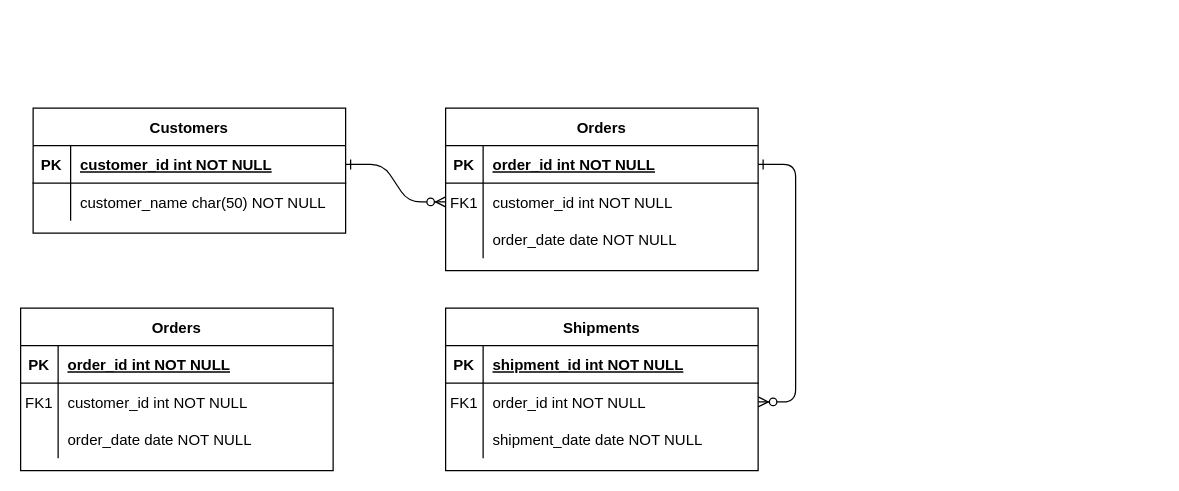
The draw.io diagram ERD.drawio in theboxx/haha, before the edit. Source tidied: cells renumbered, new cells numbered last; positions are measured from the earlier drawing's top-left corner, leaving out a move shared by most shapes. Both pictures are drawn from the tidied source at 125%, with x=0, y=0 at pixel (20, 108).
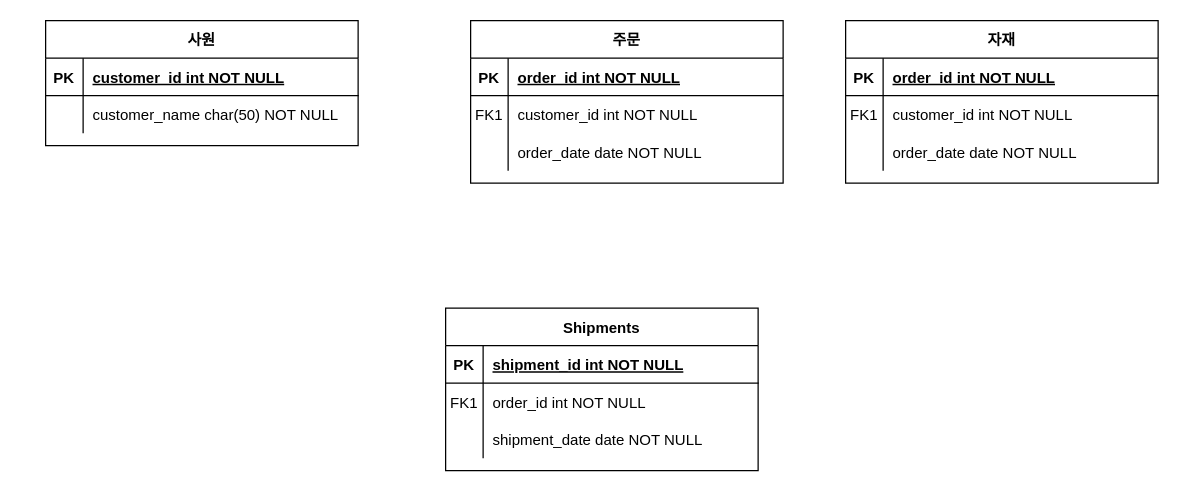
After the change.

Unchanged cells that the change refers to:
```xml
<mxCell id="5" style="shape=partialRectangle;fillColor=none;points=[[0,0.5],[1,0.5]];portConstraint=eastwest;top=0;left=0;right=0;bottom=1;" parent="4" vertex="1">
  <mxGeometry y="30" width="250" height="30" as="geometry" />
</mxCell>
<mxCell id="8" style="shape=partialRectangle;fillColor=none;points=[[0,0.5],[1,0.5]];portConstraint=eastwest;top=0;left=0;right=0;bottom=0;" parent="4" vertex="1">
  <mxGeometry y="60" width="250" height="30" as="geometry" />
</mxCell>
<mxCell id="18" style="shape=partialRectangle;fillColor=none;points=[[0,0.5],[1,0.5]];portConstraint=eastwest;top=0;left=0;right=0;bottom=0;" parent="14" vertex="1">
  <mxGeometry y="60" width="250" height="30" as="geometry" />
</mxCell>
<mxCell id="25" style="shape=partialRectangle;fillColor=none;points=[[0,0.5],[1,0.5]];portConstraint=eastwest;top=0;left=0;right=0;bottom=1;" parent="24" vertex="1">
  <mxGeometry y="30" width="250" height="30" as="geometry" />
</mxCell>
```

Diff of the diagram source:
```diff
@@
-    <mxCell id="2" style="edgeStyle=entityRelationEdgeStyle;endArrow=ERzeroToMany;startArrow=ERone;endFill=1;startFill=0;" parent="1" edge="1" source="25" target="8">
-      <mxGeometry relative="1" as="geometry" />
-    </mxCell>
-    <mxCell id="3" style="edgeStyle=entityRelationEdgeStyle;endArrow=ERzeroToMany;startArrow=ERone;endFill=1;startFill=0;" parent="1" edge="1" source="5" target="18">
-      <mxGeometry relative="1" as="geometry" />
-    </mxCell>
-    <mxCell id="4" value="Orders" style="shape=table;startSize=30;childLayout=tableLayout;rowLines=0;fontStyle=1;align=center;" parent="1" vertex="1">
-      <mxGeometry x="340" width="250" height="130" as="geometry" />
+    <mxCell id="4" value="주문" style="shape=table;startSize=30;childLayout=tableLayout;rowLines=0;fontStyle=1;align=center;" parent="1" vertex="1">
+      <mxGeometry x="360" y="-70" width="250" height="130" as="geometry" />
     </mxCell>
@@
-    <mxCell id="24" value="Customers" style="shape=table;startSize=30;childLayout=tableLayout;rowLines=0;fontStyle=1;align=center;" parent="1" vertex="1">
-      <mxGeometry x="10" width="250" height="100" as="geometry" />
+    <mxCell id="24" value="사원" style="shape=table;startSize=30;childLayout=tableLayout;rowLines=0;fontStyle=1;align=center;" parent="1" vertex="1">
+      <mxGeometry x="20" y="-70" width="250" height="100" as="geometry" />
     </mxCell>
@@
-    <mxCell id="31" value="Orders" style="shape=table;startSize=30;childLayout=tableLayout;rowLines=0;fontStyle=1;align=center;" parent="1" vertex="1">
-      <mxGeometry y="160" width="250" height="130" as="geometry" />
+    <mxCell id="31" value="자재" style="shape=table;startSize=30;childLayout=tableLayout;rowLines=0;fontStyle=1;align=center;" parent="1" vertex="1">
+      <mxGeometry x="660" y="-70" width="250" height="130" as="geometry" />
     </mxCell>
```
